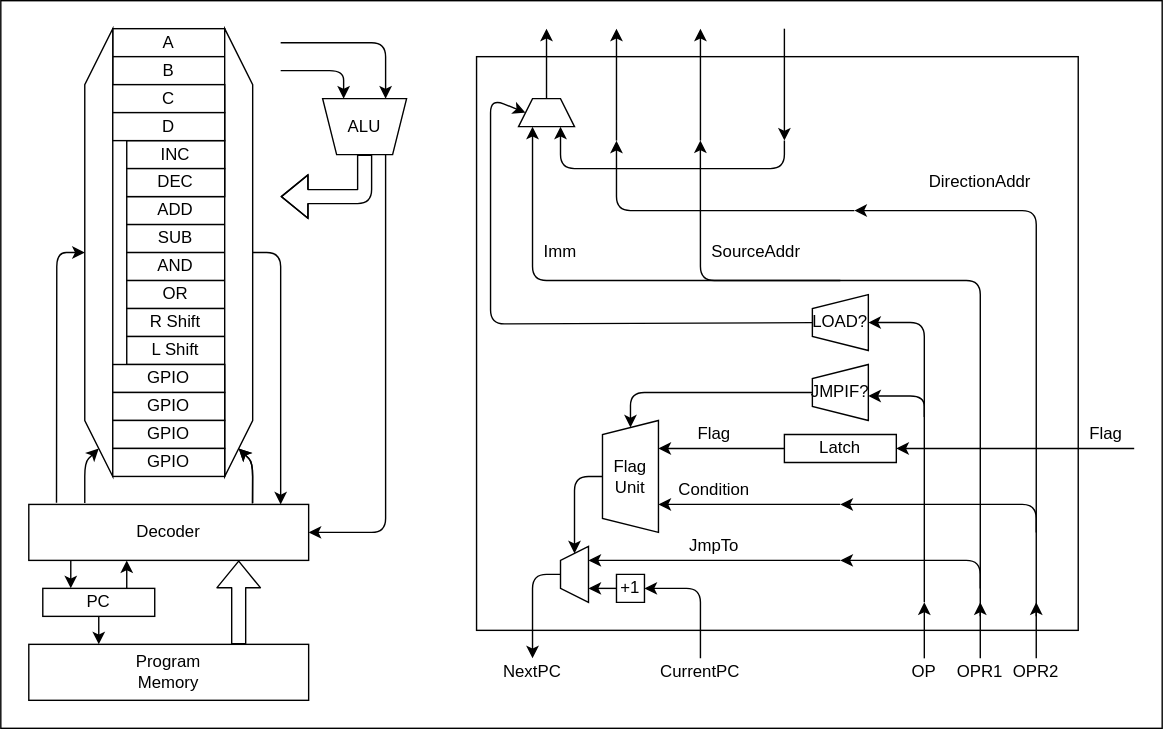
The draw.io diagram RelayComputer/arch.drawio.svg in Next-MICON/Next-MOCON.github.io, before a commit. Source tidied: cells renumbered, new cells last; positions are measured from the earlier drawing's top-left corner, leaving out a move shared by most shapes.
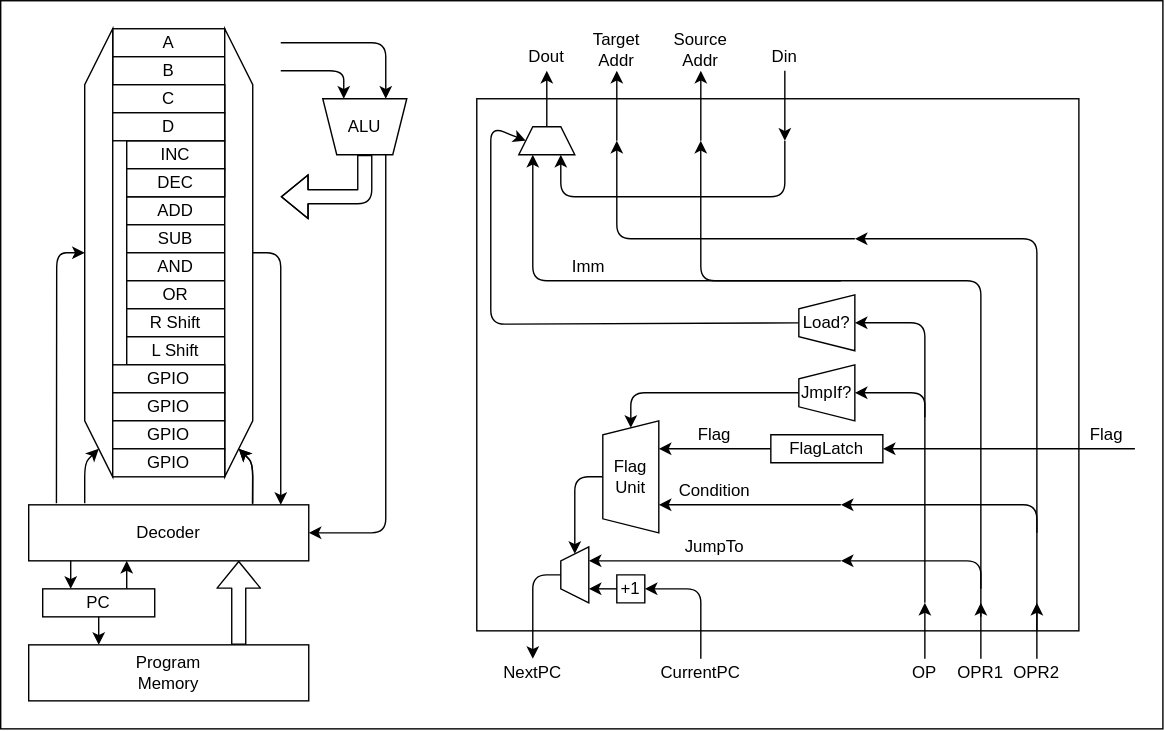
After the commit.

Change to the diagram source:
```diff
@@ -6,7 +6,7 @@
       <mxGeometry width="830" height="520" as="geometry" />
     </mxCell>
     <mxCell id="3" style="rounded=0;whiteSpace=wrap;html=1;" parent="1" vertex="1">
-      <mxGeometry x="340" y="40" width="430" height="410" as="geometry" />
+      <mxGeometry x="340" y="70" width="430" height="380" as="geometry" />
     </mxCell>
     <mxCell id="4" value="PC" style="rounded=0;whiteSpace=wrap;html=1;" parent="1" vertex="1">
       <mxGeometry x="30" y="420" width="80" height="20" as="geometry" />
@@ -169,12 +169,12 @@
       </mxGeometry>
     </mxCell>
     <mxCell id="41" style="shape=trapezoid;perimeter=trapezoidPerimeter;whiteSpace=wrap;html=1;fixedSize=1;direction=east;size=10;" parent="1" vertex="1">
-      <mxGeometry x="370" y="70" width="40" height="20" as="geometry" />
+      <mxGeometry x="370" y="90" width="40" height="20" as="geometry" />
     </mxCell>
     <mxCell id="42" style="endArrow=classic;html=1;" parent="1" edge="1">
       <mxGeometry relative="1" as="geometry">
         <mxPoint x="440" y="100" as="sourcePoint" />
-        <mxPoint x="440" y="20" as="targetPoint" />
+        <mxPoint x="440" y="50" as="targetPoint" />
       </mxGeometry>
     </mxCell>
     <mxCell id="43" style="endArrow=classic;html=1;entryX=0.25;entryY=1;entryDx=0;entryDy=0;" parent="1" edge="1" target="38">
@@ -208,18 +208,18 @@
     </mxCell>
     <mxCell id="50" style="endArrow=classic;html=1;exitX=0.5;exitY=0;exitDx=0;exitDy=0;" parent="1" edge="1" source="41">
       <mxGeometry relative="1" as="geometry">
-        <mxPoint x="390" y="20" as="targetPoint" />
+        <mxPoint x="390" y="50" as="targetPoint" />
       </mxGeometry>
     </mxCell>
     <mxCell id="51" style="endArrow=classic;html=1;" parent="1" edge="1">
       <mxGeometry relative="1" as="geometry">
         <mxPoint x="500" y="100" as="sourcePoint" />
-        <mxPoint x="500" y="20" as="targetPoint" />
+        <mxPoint x="500" y="50" as="targetPoint" />
       </mxGeometry>
     </mxCell>
     <mxCell id="52" style="endArrow=classic;html=1;" parent="1" edge="1">
       <mxGeometry relative="1" as="geometry">
-        <mxPoint x="560" y="20" as="sourcePoint" />
+        <mxPoint x="560" y="50" as="sourcePoint" />
         <mxPoint x="560" y="100" as="targetPoint" />
       </mxGeometry>
     </mxCell>
@@ -227,7 +227,7 @@
       <mxGeometry relative="1" as="geometry">
         <Array as="points">
           <mxPoint x="350" y="231" />
-          <mxPoint x="350" y="70" />
+          <mxPoint x="350" y="90" />
         </Array>
       </mxGeometry>
     </mxCell>
@@ -235,8 +235,8 @@
       <mxGeometry relative="1" as="geometry">
         <mxPoint x="560" y="100" as="sourcePoint" />
         <Array as="points">
-          <mxPoint x="560" y="120" />
-          <mxPoint x="400" y="120" />
+          <mxPoint x="560" y="140" />
+          <mxPoint x="400" y="140" />
         </Array>
       </mxGeometry>
     </mxCell>
@@ -249,7 +249,7 @@
       </mxGeometry>
     </mxCell>
     <mxCell id="56" value="Imm" style="text;html=1;strokeColor=none;fillColor=none;align=center;verticalAlign=middle;whiteSpace=wrap;rounded=0;" parent="1" vertex="1">
-      <mxGeometry x="380" y="170" width="40" height="20" as="geometry" />
+      <mxGeometry x="400" y="180" width="40" height="20" as="geometry" />
     </mxCell>
     <mxCell id="57" value="Condition" style="text;html=1;strokeColor=none;fillColor=none;align=center;verticalAlign=middle;whiteSpace=wrap;rounded=0;" parent="1" vertex="1">
       <mxGeometry x="490" y="340" width="40" height="20" as="geometry" />
@@ -259,10 +259,10 @@
     </mxCell>
     <mxCell id="59" style="endArrow=classic;html=1;" parent="1" edge="1">
       <mxGeometry relative="1" as="geometry">
-        <mxPoint x="610" y="150" as="sourcePoint" />
+        <mxPoint x="610" y="170" as="sourcePoint" />
         <mxPoint x="440" y="100" as="targetPoint" />
         <Array as="points">
-          <mxPoint x="440" y="150" />
+          <mxPoint x="440" y="170" />
         </Array>
       </mxGeometry>
     </mxCell>
@@ -271,19 +271,18 @@
         <mxPoint x="600" y="400" as="sourcePoint" />
       </mxGeometry>
     </mxCell>
-    <mxCell id="61" value="JmpTo" style="text;html=1;strokeColor=none;fillColor=none;align=center;verticalAlign=middle;whiteSpace=wrap;rounded=0;dashed=1;" parent="1" vertex="1">
+    <mxCell id="61" value="JumpTo" style="text;html=1;strokeColor=none;fillColor=none;align=center;verticalAlign=middle;whiteSpace=wrap;rounded=0;dashed=1;" parent="1" vertex="1">
       <mxGeometry x="490" y="380" width="40" height="20" as="geometry" />
     </mxCell>
-    <mxCell id="62" style="endArrow=classic;html=1;entryX=1;entryY=0.5;entryDx=0;entryDy=0;" parent="1" edge="1" target="38">
+    <mxCell id="62" style="endArrow=classic;html=1;entryX=1;entryY=0.5;entryDx=0;entryDy=0;exitX=0.5;exitY=0;exitDx=0;exitDy=0;" parent="1" edge="1" source="70" target="38">
       <mxGeometry relative="1" as="geometry">
-        <mxPoint x="600" y="280" as="sourcePoint" />
         <Array as="points">
           <mxPoint x="450" y="280" />
         </Array>
       </mxGeometry>
     </mxCell>
-    <mxCell id="63" value="LOAD?" style="shape=trapezoid;perimeter=trapezoidPerimeter;whiteSpace=wrap;html=1;fixedSize=1;direction=north;size=10;" parent="1" vertex="1">
-      <mxGeometry x="580" y="210" width="40" height="40" as="geometry" />
+    <mxCell id="63" value="Load?" style="shape=trapezoid;perimeter=trapezoidPerimeter;whiteSpace=wrap;html=1;fixedSize=1;direction=north;size=10;" parent="1" vertex="1">
+      <mxGeometry x="570" y="210" width="40" height="40" as="geometry" />
     </mxCell>
     <mxCell id="64" style="shape=flexArrow;endArrow=classic;html=1;exitX=0.75;exitY=0;exitDx=0;exitDy=0;entryX=0.75;entryY=1;entryDx=0;entryDy=0;" parent="1" edge="1" source="5" target="20">
       <mxGeometry relative="1" as="geometry" />
@@ -303,8 +302,8 @@
     <mxCell id="69" value="CurrentPC" style="text;html=1;strokeColor=none;fillColor=none;align=center;verticalAlign=middle;whiteSpace=wrap;rounded=0;" parent="1" vertex="1">
       <mxGeometry x="480" y="470" width="40" height="20" as="geometry" />
     </mxCell>
-    <mxCell id="70" value="JMPIF?" style="shape=trapezoid;perimeter=trapezoidPerimeter;whiteSpace=wrap;html=1;fixedSize=1;direction=north;size=10;" parent="1" vertex="1">
-      <mxGeometry x="580" y="260" width="40" height="40" as="geometry" />
+    <mxCell id="70" value="JmpIf?" style="shape=trapezoid;perimeter=trapezoidPerimeter;whiteSpace=wrap;html=1;fixedSize=1;direction=north;size=10;" parent="1" vertex="1">
+      <mxGeometry x="570" y="260" width="40" height="40" as="geometry" />
     </mxCell>
     <mxCell id="71" style="endArrow=classic;html=1;entryX=0.5;entryY=1;entryDx=0;entryDy=0;" parent="1" edge="1" target="63">
       <mxGeometry relative="1" as="geometry">
@@ -314,16 +313,15 @@
         </Array>
       </mxGeometry>
     </mxCell>
-    <mxCell id="72" style="endArrow=classic;html=1;entryX=0.5;entryY=0;entryDx=0;entryDy=0;" parent="1" edge="1">
+    <mxCell id="72" style="endArrow=classic;html=1;entryX=0.5;entryY=1;entryDx=0;entryDy=0;" parent="1" edge="1" target="70">
       <mxGeometry relative="1" as="geometry">
         <mxPoint x="660" y="297.5" as="sourcePoint" />
-        <mxPoint x="620" y="282.5" as="targetPoint" />
         <Array as="points">
-          <mxPoint x="660" y="282.5" />
+          <mxPoint x="660" y="280" />
         </Array>
       </mxGeometry>
     </mxCell>
-    <mxCell id="73" style="endArrow=classic;html=1;entryX=0.372;entryY=0.146;entryDx=0;entryDy=0;entryPerimeter=0;" parent="1" edge="1" target="3">
+    <mxCell id="73" style="endArrow=classic;html=1;entryX=0.372;entryY=0.079;entryDx=0;entryDy=0;entryPerimeter=0;" parent="1" edge="1" target="3">
       <mxGeometry relative="1" as="geometry">
         <mxPoint x="700" y="440" as="sourcePoint" />
         <Array as="points">
@@ -363,29 +361,34 @@
     <mxCell id="78" value="Flag" style="text;html=1;strokeColor=none;fillColor=none;align=center;verticalAlign=middle;whiteSpace=wrap;rounded=0;" parent="1" vertex="1">
       <mxGeometry x="770" y="300" width="40" height="20" as="geometry" />
     </mxCell>
-    <mxCell id="79" value="Latch" style="shape=trapezoid;perimeter=trapezoidPerimeter;whiteSpace=wrap;html=1;fixedSize=1;direction=north;size=0;" parent="1" vertex="1">
-      <mxGeometry x="560" y="310" width="80" height="20" as="geometry" />
+    <mxCell id="79" value="FlagLatch" style="shape=trapezoid;perimeter=trapezoidPerimeter;whiteSpace=wrap;html=1;fixedSize=1;direction=north;size=0;" parent="1" vertex="1">
+      <mxGeometry x="550" y="310" width="80" height="20" as="geometry" />
     </mxCell>
-    <mxCell id="80" style="endArrow=classic;html=1;" parent="1" edge="1">
+    <mxCell id="80" style="endArrow=classic;html=1;entryX=0.5;entryY=1;entryDx=0;entryDy=0;" parent="1" edge="1" target="79">
       <mxGeometry relative="1" as="geometry">
         <mxPoint x="810" y="320" as="sourcePoint" />
-        <mxPoint x="640" y="320" as="targetPoint" />
       </mxGeometry>
     </mxCell>
     <mxCell id="81" style="endArrow=classic;html=1;" parent="1" edge="1">
       <mxGeometry relative="1" as="geometry">
-        <mxPoint x="740" y="440" as="sourcePoint" />
-        <mxPoint x="610" y="150" as="targetPoint" />
+        <mxPoint x="740" y="450" as="sourcePoint" />
+        <mxPoint x="610" y="170" as="targetPoint" />
         <Array as="points">
-          <mxPoint x="740" y="150" />
+          <mxPoint x="740" y="170" />
         </Array>
       </mxGeometry>
     </mxCell>
-    <mxCell id="82" value="SourceAddr" style="text;html=1;strokeColor=none;fillColor=none;align=center;verticalAlign=middle;whiteSpace=wrap;rounded=0;" parent="1" vertex="1">
-      <mxGeometry x="510" y="170" width="60" height="20" as="geometry" />
-    </mxCell>
-    <mxCell id="83" value="DirectionAddr" style="text;html=1;strokeColor=none;fillColor=none;align=center;verticalAlign=middle;whiteSpace=wrap;rounded=0;" parent="1" vertex="1">
-      <mxGeometry x="680" y="120" width="40" height="20" as="geometry" />
-    </mxCell>
+    <mxCell id="84" value="Dout" style="text;html=1;strokeColor=none;fillColor=none;align=center;verticalAlign=middle;whiteSpace=wrap;rounded=0;" parent="1" vertex="1">
+      <mxGeometry x="370" y="30" width="40" height="20" as="geometry" />
+    </mxCell>
+    <mxCell id="85" value="Target&lt;br&gt;Addr" style="text;html=1;strokeColor=none;fillColor=none;align=center;verticalAlign=middle;whiteSpace=wrap;rounded=0;" parent="1" vertex="1">
+      <mxGeometry x="420" y="20" width="40" height="30" as="geometry" />
+    </mxCell>
+    <mxCell id="86" value="Source&lt;br&gt;Addr" style="text;html=1;strokeColor=none;fillColor=none;align=center;verticalAlign=middle;whiteSpace=wrap;rounded=0;" parent="1" vertex="1">
+      <mxGeometry x="480" y="20" width="40" height="30" as="geometry" />
+    </mxCell>
+    <mxCell id="87" value="Din" style="text;html=1;strokeColor=none;fillColor=none;align=center;verticalAlign=middle;whiteSpace=wrap;rounded=0;" parent="1" vertex="1">
+      <mxGeometry x="540" y="30" width="40" height="20" as="geometry" />
+    </mxCell>
   </root>
 </mxGraphModel>
```
